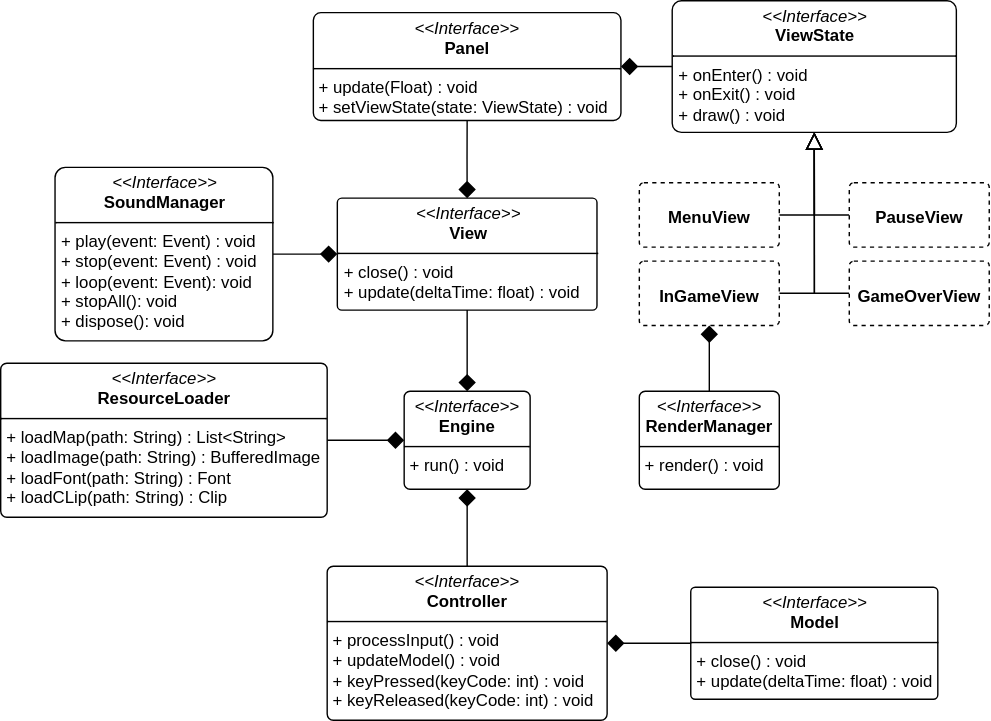
Earlier version of the draw.io export report/svg/MVC.svg (unibo-oop-projects/OOP24-AlessandroRebosio-FilippoRicciotti-Grace-GraziaBochdanovits-RenovateBot-coffeBreak). Source tidied: cells renumbered, new cells last; positions are measured from the earlier drawing's top-left corner, leaving out a move shared by most shapes.
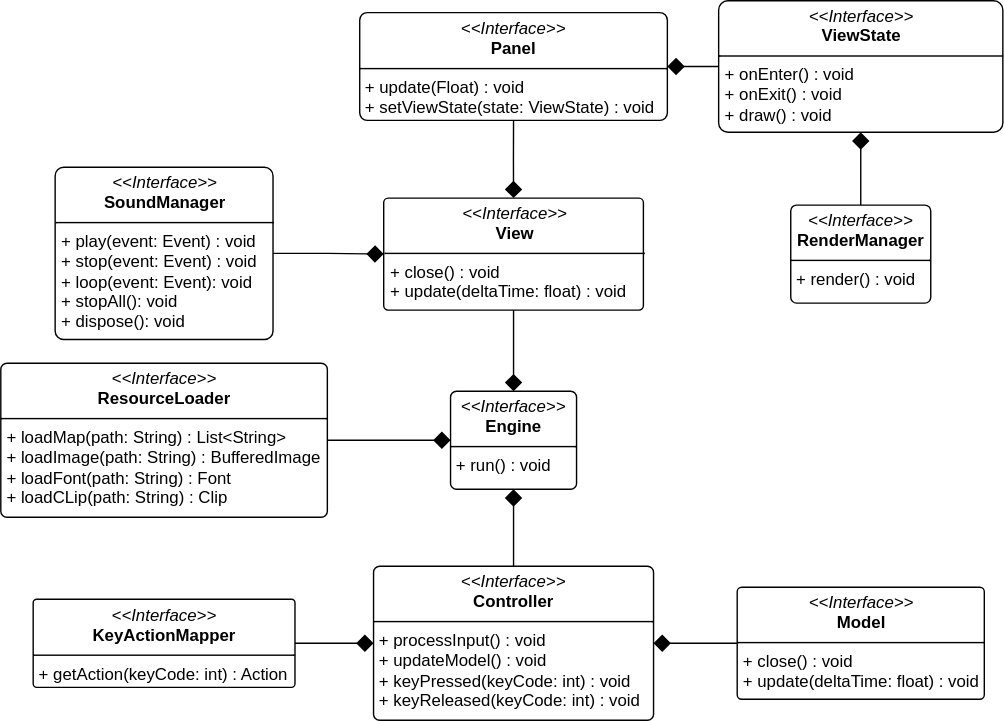
The same diagram one commit later.

The edit, as a diff of the source:
```diff
@@ -23,38 +23,14 @@
     <mxCell id="8" style="edgeStyle=orthogonalEdgeStyle;rounded=0;jettySize=auto;html=1;exitX=1;exitY=0.5;exitDx=0;exitDy=0;endSize=10;endArrow=diamond;endFill=1;" parent="1" edge="1" source="9" target="3">
       <mxGeometry relative="1" as="geometry" />
     </mxCell>
-    <mxCell id="9" value="&lt;p style=&quot;margin:0px;margin-top:4px;text-align:center;&quot;&gt;&lt;i&gt;&amp;lt;&amp;lt;Interface&amp;gt;&amp;gt;&lt;/i&gt;&lt;br&gt;&lt;b&gt;SoundManager&lt;/b&gt;&lt;/p&gt;&lt;hr size=&quot;1&quot; style=&quot;border-style:solid;&quot;&gt;&lt;p style=&quot;margin:0px;margin-left:4px;&quot;&gt;&lt;span style=&quot;&quot;&gt;+ play(event: Event) : void&lt;/span&gt;&lt;br style=&quot;&quot;&gt;&lt;span style=&quot;&quot;&gt;+ stop(event: Event) : void&lt;/span&gt;&lt;/p&gt;&lt;p style=&quot;margin:0px;margin-left:4px;&quot;&gt;&lt;span style=&quot;&quot;&gt;+ loop(event: Event): void&lt;/span&gt;&lt;/p&gt;&lt;p style=&quot;margin:0px;margin-left:4px;&quot;&gt;&lt;span style=&quot;&quot;&gt;+ stopAll(): void&lt;/span&gt;&lt;/p&gt;&lt;p style=&quot;margin:0px;margin-left:4px;&quot;&gt;&lt;span style=&quot;&quot;&gt;+ dispose(): void&lt;/span&gt;&lt;/p&gt;" style="verticalAlign=top;align=left;overflow=fill;html=1;whiteSpace=wrap;rounded=1;arcSize=6;" parent="1" vertex="1">
-      <mxGeometry x="38.8" y="119" width="155.6" height="124" as="geometry" />
+    <mxCell id="9" value="&lt;p style=&quot;margin:0px;margin-top:4px;text-align:center;&quot;&gt;&lt;i&gt;&amp;lt;&amp;lt;Interface&amp;gt;&amp;gt;&lt;/i&gt;&lt;br&gt;&lt;b&gt;SoundManager&lt;/b&gt;&lt;/p&gt;&lt;hr size=&quot;1&quot; style=&quot;border-style:solid;&quot;&gt;&lt;p style=&quot;margin:0px;margin-left:4px;&quot;&gt;&lt;span style=&quot;&quot;&gt;+ play(event: Event) : void&lt;/span&gt;&lt;br style=&quot;&quot;&gt;&lt;span style=&quot;&quot;&gt;+ stop(event: Event) : void&lt;/span&gt;&lt;/p&gt;&lt;p style=&quot;margin:0px;margin-left:4px;&quot;&gt;&lt;span style=&quot;&quot;&gt;+ loop(event: Event): void&lt;/span&gt;&lt;/p&gt;&lt;p style=&quot;margin:0px;margin-left:4px;&quot;&gt;&lt;span style=&quot;&quot;&gt;+ stopAll(): void&lt;/span&gt;&lt;/p&gt;&lt;p style=&quot;margin:0px;margin-left:4px;&quot;&gt;&lt;span style=&quot;&quot;&gt;+ dispose(): void&lt;/span&gt;&lt;/p&gt;" style="verticalAlign=top;align=left;overflow=fill;html=1;whiteSpace=wrap;rounded=1;arcSize=5;" parent="1" vertex="1">
+      <mxGeometry x="5.8" y="119" width="155.6" height="123" as="geometry" />
     </mxCell>
-    <mxCell id="10" style="edgeStyle=orthogonalEdgeStyle;rounded=0;jettySize=auto;html=1;exitX=1;exitY=0.5;exitDx=0;exitDy=0;entryX=0.5;entryY=1;entryDx=0;entryDy=0;endSize=10;endArrow=block;endFill=0;" parent="1" edge="1" source="11" target="7">
-      <mxGeometry relative="1" as="geometry" />
-    </mxCell>
-    <mxCell id="11" value="&lt;p style=&quot;margin:0px;margin-top:4px;text-align:center;&quot;&gt;&lt;br&gt;&lt;b&gt;MenuView&lt;/b&gt;&lt;/p&gt;" style="verticalAlign=top;align=left;overflow=fill;html=1;whiteSpace=wrap;rounded=1;arcSize=7;dashed=1;" parent="1" vertex="1">
-      <mxGeometry x="456.2" y="130" width="100" height="46" as="geometry" />
-    </mxCell>
-    <mxCell id="12" style="edgeStyle=orthogonalEdgeStyle;rounded=0;jettySize=auto;html=1;exitX=1;exitY=0.5;exitDx=0;exitDy=0;entryX=0.5;entryY=1;entryDx=0;entryDy=0;endSize=10;endArrow=block;endFill=0;" parent="1" edge="1" source="13" target="7">
-      <mxGeometry relative="1" as="geometry" />
-    </mxCell>
-    <mxCell id="13" value="&lt;p style=&quot;margin:0px;margin-top:4px;text-align:center;&quot;&gt;&lt;br&gt;&lt;b&gt;InGameView&lt;/b&gt;&lt;/p&gt;" style="verticalAlign=top;align=left;overflow=fill;html=1;whiteSpace=wrap;rounded=1;arcSize=7;dashed=1;" parent="1" vertex="1">
-      <mxGeometry x="456.2" y="186" width="100" height="46" as="geometry" />
-    </mxCell>
-    <mxCell id="14" style="edgeStyle=orthogonalEdgeStyle;rounded=0;jettySize=auto;html=1;exitX=0;exitY=0.5;exitDx=0;exitDy=0;entryX=0.5;entryY=1;entryDx=0;entryDy=0;endSize=10;endArrow=block;endFill=0;" parent="1" edge="1" source="15" target="7">
-      <mxGeometry relative="1" as="geometry" />
-    </mxCell>
-    <mxCell id="15" value="&lt;p style=&quot;margin:0px;margin-top:4px;text-align:center;&quot;&gt;&lt;br&gt;&lt;b&gt;GameOverView&lt;/b&gt;&lt;/p&gt;" style="verticalAlign=top;align=left;overflow=fill;html=1;whiteSpace=wrap;rounded=1;arcSize=7;dashed=1;" parent="1" vertex="1">
-      <mxGeometry x="606.2" y="186" width="100" height="46" as="geometry" />
-    </mxCell>
-    <mxCell id="16" style="edgeStyle=orthogonalEdgeStyle;rounded=0;jettySize=auto;html=1;exitX=0;exitY=0.5;exitDx=0;exitDy=0;entryX=0.5;entryY=1;entryDx=0;entryDy=0;endSize=10;endArrow=block;endFill=0;" parent="1" edge="1" source="17" target="7">
-      <mxGeometry relative="1" as="geometry" />
-    </mxCell>
-    <mxCell id="17" value="&lt;p style=&quot;margin:0px;margin-top:4px;text-align:center;&quot;&gt;&lt;br&gt;&lt;b&gt;PauseView&lt;/b&gt;&lt;/p&gt;" style="verticalAlign=top;align=left;overflow=fill;html=1;whiteSpace=wrap;rounded=1;arcSize=7;dashed=1;" parent="1" vertex="1">
-      <mxGeometry x="606.2" y="130" width="100" height="46" as="geometry" />
-    </mxCell>
-    <mxCell id="18" style="edgeStyle=orthogonalEdgeStyle;rounded=0;jettySize=auto;html=1;exitX=0.5;exitY=0;exitDx=0;exitDy=0;entryX=0.5;entryY=1;entryDx=0;entryDy=0;endSize=10;endArrow=diamond;endFill=1;" parent="1" edge="1" source="19" target="13">
-      <mxGeometry relative="1" as="geometry" />
-    </mxCell>
+    <mxCell id="27" style="edgeStyle=orthogonalEdgeStyle;rounded=0;jettySize=auto;html=1;exitX=0.5;exitY=0;exitDx=0;exitDy=0;entryX=0.5;entryY=1;entryDx=0;entryDy=0;endSize=10;endArrow=diamond;endFill=1;" parent="1" edge="1" source="19" target="7">
+      <mxGeometry relative="1" as="geometry" />
+    </mxCell>
     <mxCell id="19" value="&lt;p style=&quot;margin:0px;margin-top:4px;text-align:center;&quot;&gt;&lt;i&gt;&amp;lt;&amp;lt;Interface&amp;gt;&amp;gt;&lt;/i&gt;&lt;br&gt;&lt;b&gt;RenderManager&lt;/b&gt;&lt;/p&gt;&lt;hr size=&quot;1&quot; style=&quot;border-style:solid;&quot;&gt;&lt;p style=&quot;margin:0px;margin-left:4px;&quot;&gt;&lt;span style=&quot;text-align: center;&quot;&gt;+ render() : void&lt;/span&gt;&lt;br&gt;&lt;/p&gt;" style="verticalAlign=top;align=left;overflow=fill;html=1;whiteSpace=wrap;rounded=1;arcSize=6;" parent="1" vertex="1">
-      <mxGeometry x="456.2" y="279" width="100" height="70" as="geometry" />
+      <mxGeometry x="531.2" y="146" width="100" height="70" as="geometry" />
     </mxCell>
     <mxCell id="20" value="&lt;p style=&quot;margin:0px;margin-top:4px;text-align:center;&quot;&gt;&lt;i&gt;&amp;lt;&amp;lt;Interface&amp;gt;&amp;gt;&lt;/i&gt;&lt;br&gt;&lt;b&gt;Engine&lt;/b&gt;&lt;/p&gt;&lt;hr size=&quot;1&quot; style=&quot;border-style:solid;&quot;&gt;&lt;p style=&quot;margin:0px;margin-left:4px;&quot;&gt;+ run() : void&lt;/p&gt;" style="verticalAlign=top;align=left;overflow=fill;html=1;whiteSpace=wrap;rounded=1;arcSize=6;" parent="1" vertex="1">
       <mxGeometry x="288.2" y="279" width="90" height="70" as="geometry" />
@@ -63,7 +39,7 @@
       <mxGeometry relative="1" as="geometry" />
     </mxCell>
     <mxCell id="22" value="&lt;p style=&quot;margin:0px;margin-top:4px;text-align:center;&quot;&gt;&lt;i&gt;&amp;lt;&amp;lt;Interface&amp;gt;&amp;gt;&lt;/i&gt;&lt;br&gt;&lt;b&gt;ResourceLoader&lt;/b&gt;&lt;/p&gt;&lt;hr size=&quot;1&quot; style=&quot;border-style:solid;&quot;&gt;&lt;p style=&quot;margin:0px;margin-left:4px;&quot;&gt;+ loadMap(path: String) : List&amp;lt;String&amp;gt;&lt;/p&gt;&lt;p style=&quot;margin:0px;margin-left:4px;&quot;&gt;+ loadImage(path: String) : BufferedImage&lt;/p&gt;&lt;p style=&quot;margin:0px;margin-left:4px;&quot;&gt;+ loadFont(path: String) : Font&lt;/p&gt;&lt;p style=&quot;margin:0px;margin-left:4px;&quot;&gt;+ loadCLip(path: String) : Clip&lt;/p&gt;" style="verticalAlign=top;align=left;overflow=fill;html=1;whiteSpace=wrap;rounded=1;arcSize=4;" parent="1" vertex="1">
-      <mxGeometry y="259" width="233.2" height="110" as="geometry" />
+      <mxGeometry x="-33" y="259" width="233.2" height="110" as="geometry" />
     </mxCell>
     <mxCell id="23" style="edgeStyle=orthogonalEdgeStyle;rounded=0;jettySize=auto;html=1;exitX=0;exitY=0.5;exitDx=0;exitDy=0;entryX=1;entryY=0.5;entryDx=0;entryDy=0;endArrow=diamond;endFill=1;endSize=10;" parent="1" edge="1" source="24" target="26">
       <mxGeometry relative="1" as="geometry" />
@@ -77,5 +53,11 @@
     <mxCell id="26" value="&lt;p style=&quot;margin:0px;margin-top:4px;text-align:center;&quot;&gt;&lt;i&gt;&amp;lt;&amp;lt;Interface&amp;gt;&amp;gt;&lt;/i&gt;&lt;br&gt;&lt;b&gt;Controller&lt;/b&gt;&lt;/p&gt;&lt;hr size=&quot;1&quot; style=&quot;border-style:solid;&quot;&gt;&lt;p style=&quot;margin:0px;margin-left:4px;&quot;&gt;+ processInput() : void&lt;/p&gt;&lt;p style=&quot;margin:0px;margin-left:4px;&quot;&gt;+ updateModel() : void&lt;/p&gt;&lt;p style=&quot;margin:0px;margin-left:4px;&quot;&gt;+ keyPressed(keyCode: int) : void&amp;nbsp;&lt;/p&gt;&lt;p style=&quot;margin:0px;margin-left:4px;&quot;&gt;+ keyReleased(keyCode: int) : void&lt;/p&gt;" style="verticalAlign=top;align=left;overflow=fill;html=1;whiteSpace=wrap;rounded=1;arcSize=4;" parent="1" vertex="1">
       <mxGeometry x="233.2" y="404" width="200" height="110" as="geometry" />
     </mxCell>
+    <mxCell id="28" style="edgeStyle=orthogonalEdgeStyle;rounded=0;jettySize=auto;html=1;exitX=1;exitY=0.5;exitDx=0;exitDy=0;entryX=0;entryY=0.5;entryDx=0;entryDy=0;endArrow=diamond;endFill=1;endSize=10;" parent="1" edge="1" source="29" target="26">
+      <mxGeometry relative="1" as="geometry" />
+    </mxCell>
+    <mxCell id="29" value="&lt;p style=&quot;margin:0px;margin-top:4px;text-align:center;&quot;&gt;&lt;i&gt;&amp;lt;&amp;lt;Interface&amp;gt;&amp;gt;&lt;/i&gt;&lt;br&gt;&lt;b&gt;KeyActionMapper&lt;/b&gt;&lt;/p&gt;&lt;hr size=&quot;1&quot; style=&quot;border-style:solid;&quot;&gt;&lt;p style=&quot;margin:0px;margin-left:4px;&quot;&gt;&lt;font color=&quot;#000000&quot;&gt;&lt;span style=&quot;caret-color: rgb(0, 0, 0);&quot;&gt;+ getAction(keyCode: int) : Action&lt;/span&gt;&lt;/font&gt;&lt;/p&gt;" style="verticalAlign=top;align=left;overflow=fill;html=1;whiteSpace=wrap;rounded=1;arcSize=4;" parent="1" vertex="1">
+      <mxGeometry x="-9.9" y="427.5" width="187" height="63" as="geometry" />
+    </mxCell>
   </root>
 </mxGraphModel>
```
